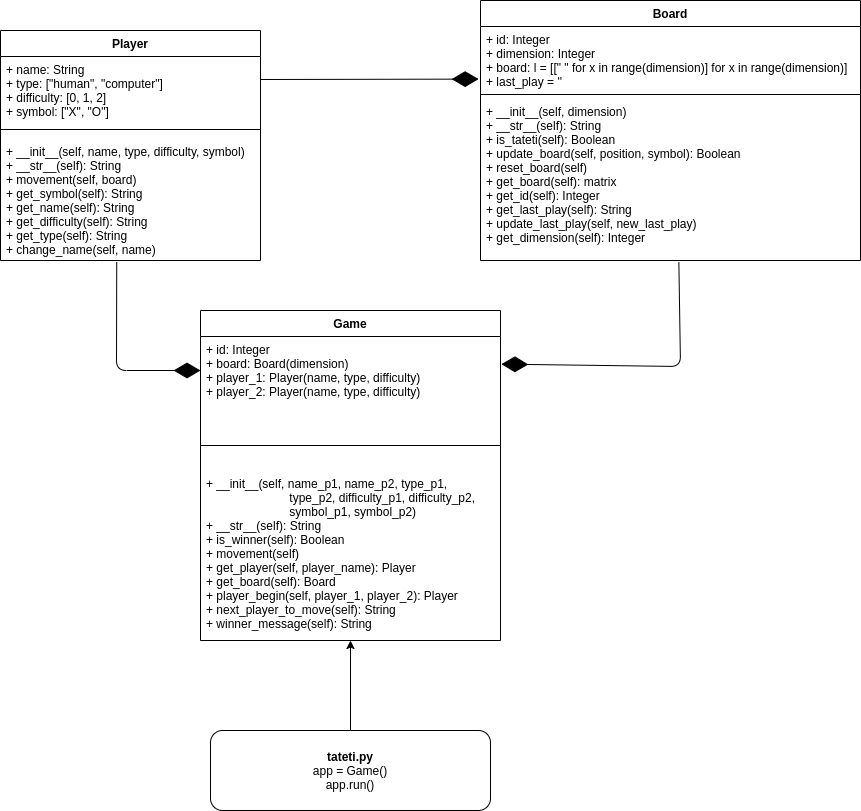
Before: doc/tateti.png, a diagram exported from draw.io (joagonzalez/tateti). Source tidied: cells renumbered, new cells last; positions are measured from the earlier drawing's top-left corner, leaving out a move shared by most shapes.
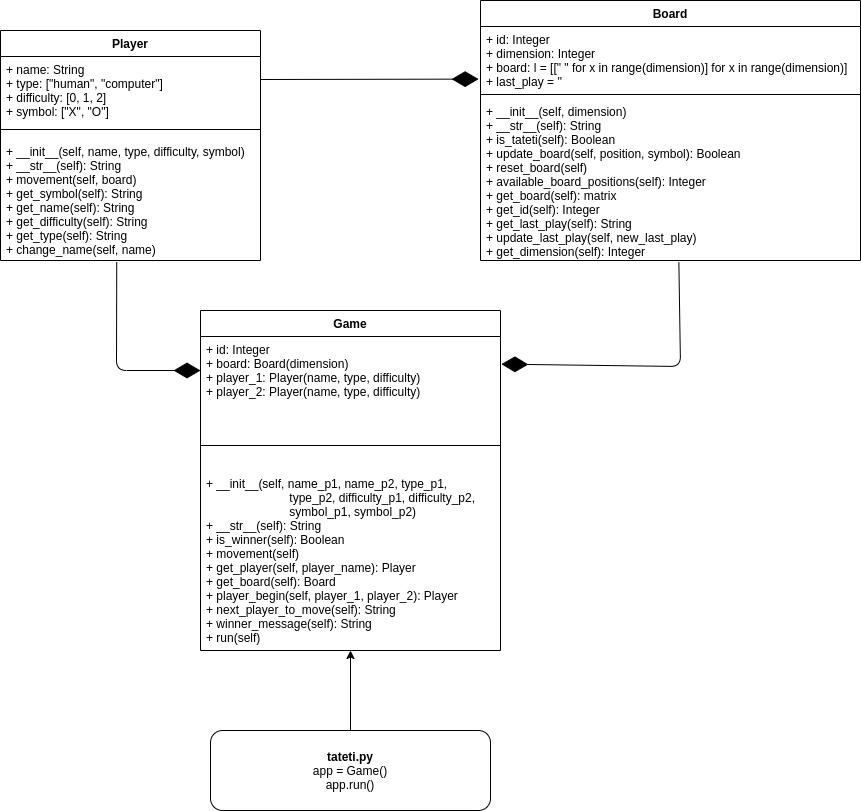
Later version of the same file.

What changed in the source:
```diff
@@ -23,11 +23,11 @@
     <mxCell id="8" style="line;strokeWidth=1;fillColor=none;align=left;verticalAlign=middle;spacingTop=-1;spacingLeft=3;spacingRight=3;labelPosition=right;" parent="6" vertex="1">
       <mxGeometry y="90" width="380" height="8" as="geometry" />
     </mxCell>
-    <mxCell id="9" value="+ __init__(self, dimension)&#10;+ __str__(self): String&#10;+ is_tateti(self): Boolean&#10;+ update_board(self, position, symbol): Boolean&#10;+ reset_board(self)&#10;+ get_board(self): matrix&#10;+ get_id(self): Integer&#10;+ get_last_play(self): String&#10;+ update_last_play(self, new_last_play)&#10;+ get_dimension(self): Integer" style="text;strokeColor=none;fillColor=none;align=left;verticalAlign=top;spacingLeft=4;spacingRight=4;overflow=hidden;points=[[0,0.5],[1,0.5]];portConstraint=eastwest;" parent="6" vertex="1">
+    <mxCell id="9" value="+ __init__(self, dimension)&#10;+ __str__(self): String&#10;+ is_tateti(self): Boolean&#10;+ update_board(self, position, symbol): Boolean&#10;+ reset_board(self)&#10;+ available_board_positions(self): Integer&#10;+ get_board(self): matrix&#10;+ get_id(self): Integer&#10;+ get_last_play(self): String&#10;+ update_last_play(self, new_last_play)&#10;+ get_dimension(self): Integer" style="text;strokeColor=none;fillColor=none;align=left;verticalAlign=top;spacingLeft=4;spacingRight=4;overflow=hidden;points=[[0,0.5],[1,0.5]];portConstraint=eastwest;" parent="6" vertex="1">
       <mxGeometry y="98" width="380" height="162" as="geometry" />
     </mxCell>
     <mxCell id="10" value="Game" style="swimlane;fontStyle=1;align=center;verticalAlign=top;horizontal=1;startSize=26;" parent="1" vertex="1">
-      <mxGeometry x="200" y="310" width="300" height="330" as="geometry" />
+      <mxGeometry x="200" y="310" width="300" height="340" as="geometry" />
     </mxCell>
     <mxCell id="11" value="+ id: Integer&#10;+ board: Board(dimension)&#10;+ player_1: Player(name, type, difficulty)&#10;+ player_2: Player(name, type, difficulty)" style="text;strokeColor=none;fillColor=none;align=left;verticalAlign=top;spacingLeft=4;spacingRight=4;overflow=hidden;points=[[0,0.5],[1,0.5]];portConstraint=eastwest;" parent="10" vertex="1">
       <mxGeometry y="26" width="300" height="84" as="geometry" />
@@ -35,8 +35,8 @@
     <mxCell id="12" style="line;strokeWidth=1;fillColor=none;align=left;verticalAlign=middle;spacingTop=-1;spacingLeft=3;spacingRight=3;labelPosition=right;" parent="10" vertex="1">
       <mxGeometry y="110" width="300" height="50" as="geometry" />
     </mxCell>
-    <mxCell id="13" value="+ __init__(self, name_p1, name_p2, type_p1,&#10;                         type_p2, difficulty_p1, difficulty_p2,&#10;                         symbol_p1, symbol_p2)&#10;+ __str__(self): String&#10;+ is_winner(self): Boolean&#10;+ movement(self)&#10;+ get_player(self, player_name): Player&#10;+ get_board(self): Board&#10;+ player_begin(self, player_1, player_2): Player&#10;+ next_player_to_move(self): String&#10;+ winner_message(self): String&#10;" style="text;strokeColor=none;fillColor=none;align=left;verticalAlign=top;spacingLeft=4;spacingRight=4;overflow=hidden;points=[[0,0.5],[1,0.5]];portConstraint=eastwest;" parent="10" vertex="1">
-      <mxGeometry y="160" width="300" height="170" as="geometry" />
+    <mxCell id="13" value="+ __init__(self, name_p1, name_p2, type_p1,&#10;                         type_p2, difficulty_p1, difficulty_p2,&#10;                         symbol_p1, symbol_p2)&#10;+ __str__(self): String&#10;+ is_winner(self): Boolean&#10;+ movement(self)&#10;+ get_player(self, player_name): Player&#10;+ get_board(self): Board&#10;+ player_begin(self, player_1, player_2): Player&#10;+ next_player_to_move(self): String&#10;+ winner_message(self): String&#10;+ run(self)&#10;" style="text;strokeColor=none;fillColor=none;align=left;verticalAlign=top;spacingLeft=4;spacingRight=4;overflow=hidden;points=[[0,0.5],[1,0.5]];portConstraint=eastwest;" parent="10" vertex="1">
+      <mxGeometry y="160" width="300" height="180" as="geometry" />
     </mxCell>
     <mxCell id="14" style="endArrow=diamondThin;endFill=1;endSize=24;html=1;exitX=0.447;exitY=1.014;exitDx=0;exitDy=0;exitPerimeter=0;" parent="1" edge="1" source="5">
       <mxGeometry relative="1" as="geometry">
```
